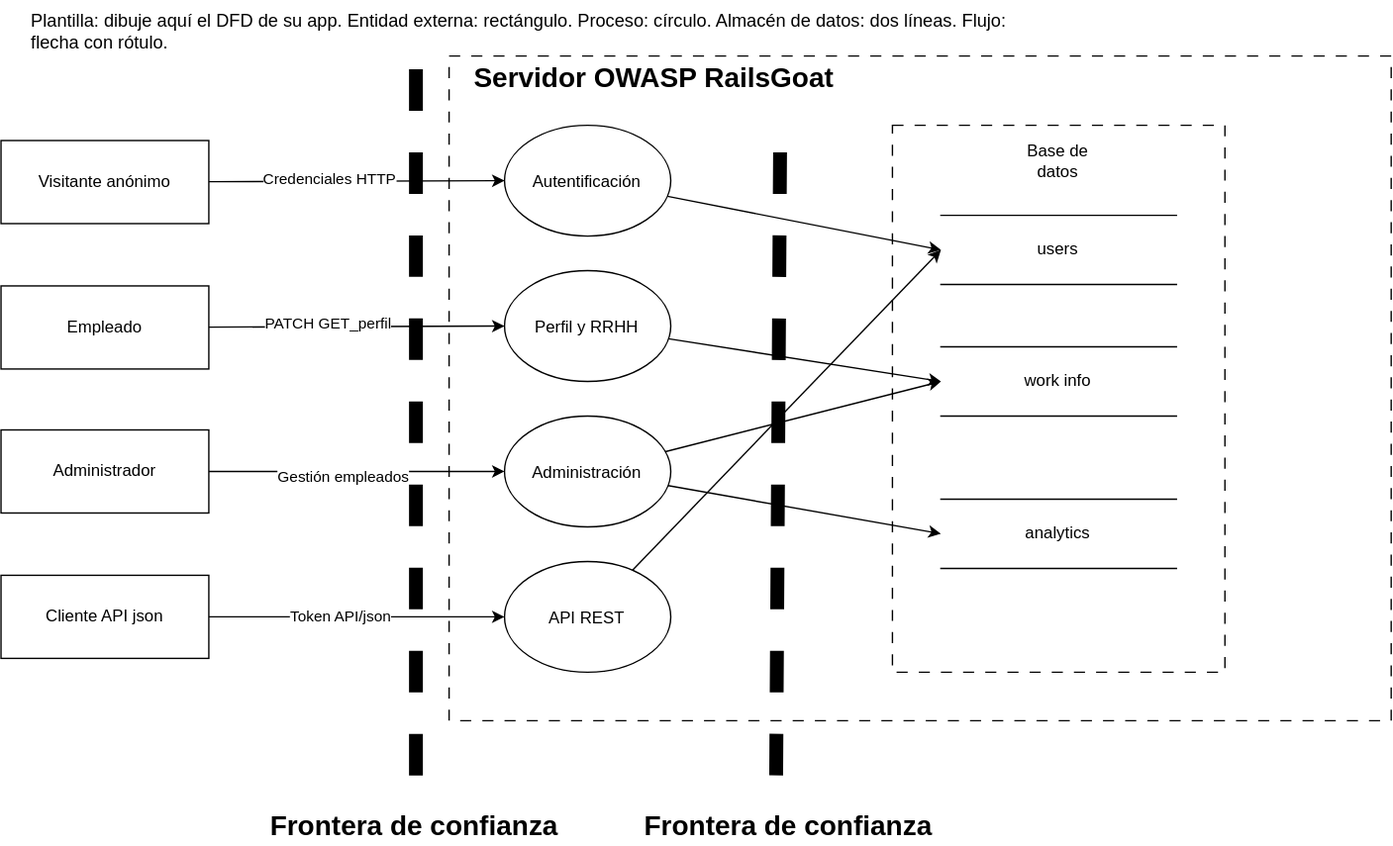
aaaron27/sdlc-railsgoat-equipo-3 keeps this draw.io diagram as seguridad/fase-2/dfd.drawio.svg. Above is the earlier version. Source tidied: cells renumbered, new cells last; positions are measured from the earlier drawing's top-left corner, leaving out a move shared by most shapes.
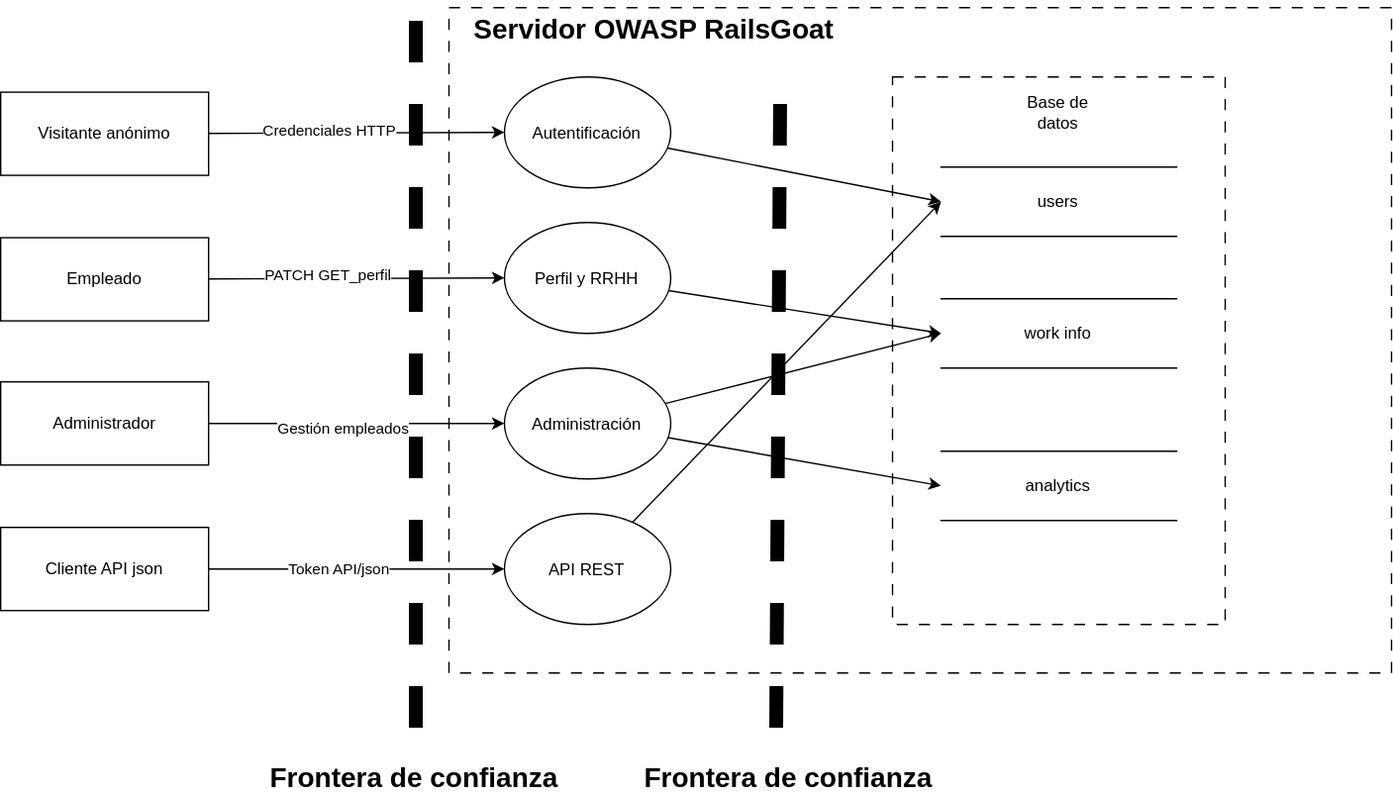
The same file after the commit.

Commit message:
Diagrama - frontera de confianza

Diff of the diagram source:
```diff
@@ -8,9 +8,6 @@
     <mxCell id="3" style="rounded=0;whiteSpace=wrap;html=1;fillStyle=auto;dashed=1;dashPattern=8 8;" parent="1" vertex="1">
       <mxGeometry x="643.4" y="90" width="240" height="395" as="geometry" />
     </mxCell>
-    <mxCell id="4" value="Plantilla: dibuje aquí el DFD de su app. Entidad externa: rectángulo. Proceso: círculo. Almacén de datos: dos líneas. Flujo: flecha con rótulo." style="text;html=1;align=left;verticalAlign=top;whiteSpace=wrap;fontSize=13;" parent="1" vertex="1">
-      <mxGeometry x="20" width="740" height="40" as="geometry" />
-    </mxCell>
     <mxCell id="5" style="edgeStyle=none;html=1;entryX=0;entryY=0.5;entryDx=0;entryDy=0;" parent="1" edge="1" source="7" target="19">
       <mxGeometry relative="1" as="geometry" />
     </mxCell>
```
